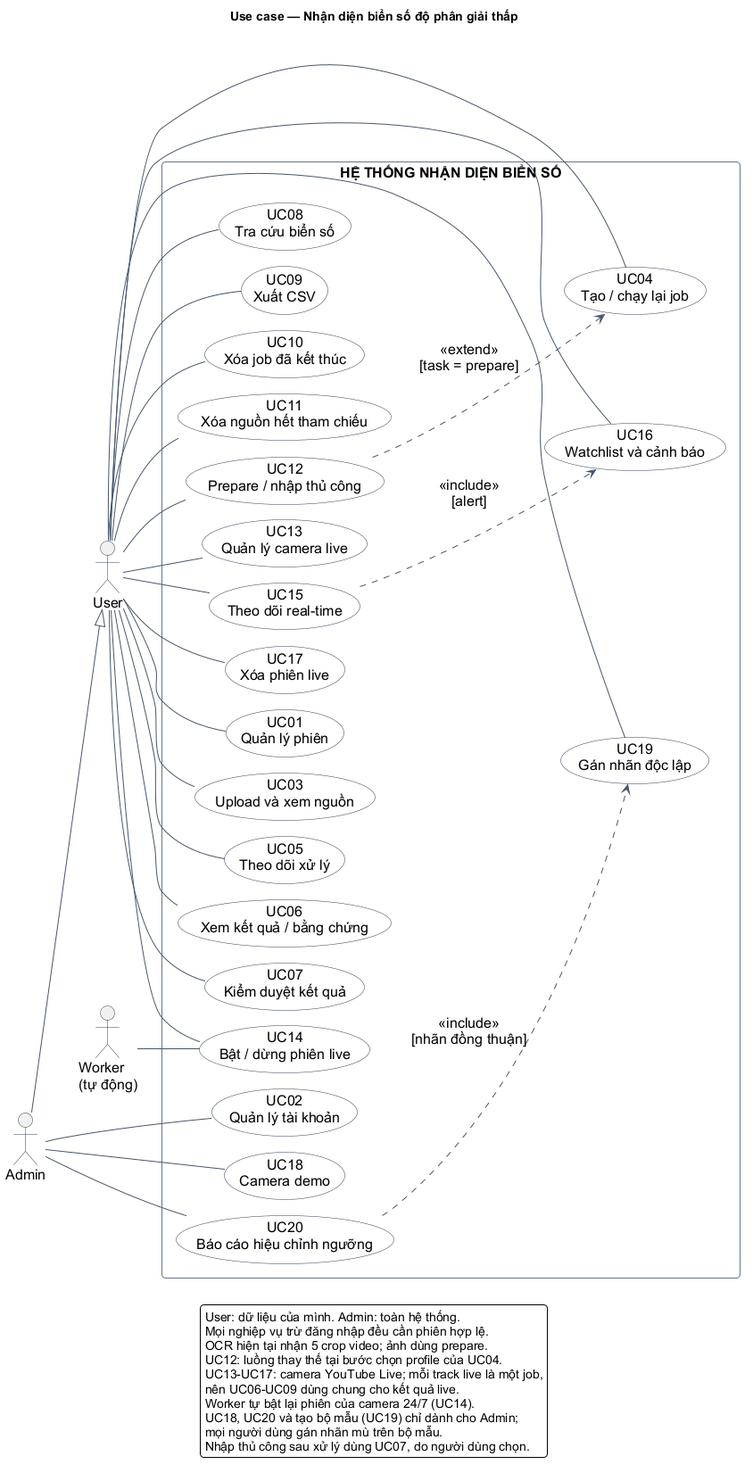
Oszumeiii/Vehicle_Tracking_BE keeps this PlantUML diagram as docs/analysis/diagrams/01-use-case.png. Above is the earlier version.
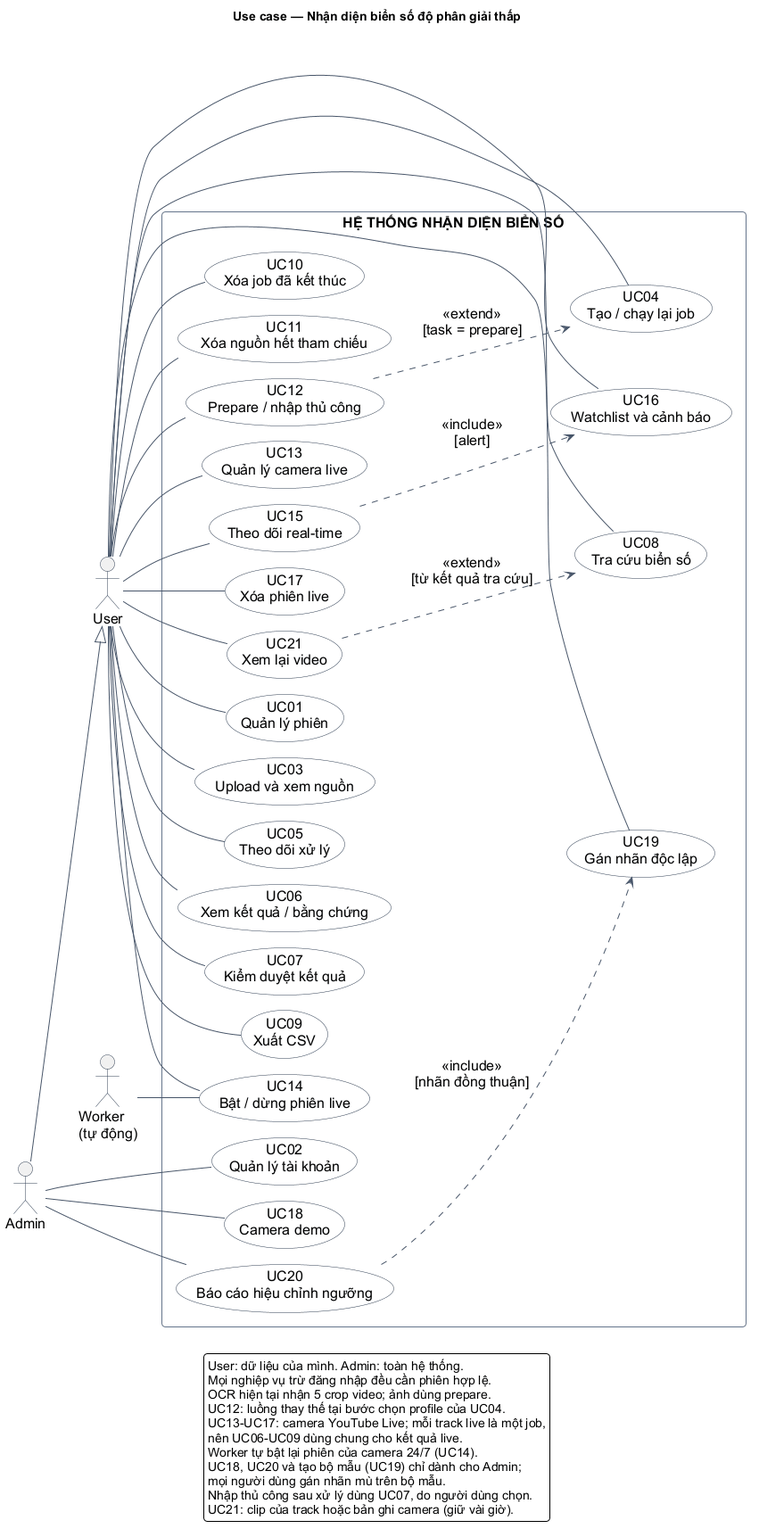
The same diagram one commit later.

The edit, as a diff of the source:
```diff
@@ -42,6 +42,7 @@
   usecase "UC18\nCamera demo" as UC18
   usecase "UC19\nGán nhãn độc lập" as UC19
   usecase "UC20\nBáo cáo hiệu chỉnh ngưỡng" as UC20
+  usecase "UC21\nXem lại video" as UC21
 }
 actor "Worker\n(tự động)" as W
 
@@ -67,6 +68,8 @@
 U -- UC19
 A -- UC20
 UC20 ..> UC19 : <<include>>\n[nhãn đồng thuận]
+U -- UC21
+UC21 ..> UC08 : <<extend>>\n[từ kết quả tra cứu]
 W -- UC14
 UC15 ..> UC16 : <<include>>\n[alert]
 
@@ -81,5 +84,6 @@
 UC18, UC20 và tạo bộ mẫu (UC19) chỉ dành cho Admin;
 mọi người dùng gán nhãn mù trên bộ mẫu.
 Nhập thủ công sau xử lý dùng UC07, do người dùng chọn.
+UC21: clip của track hoặc bản ghi camera (giữ vài giờ).
 endlegend
 @enduml
```
